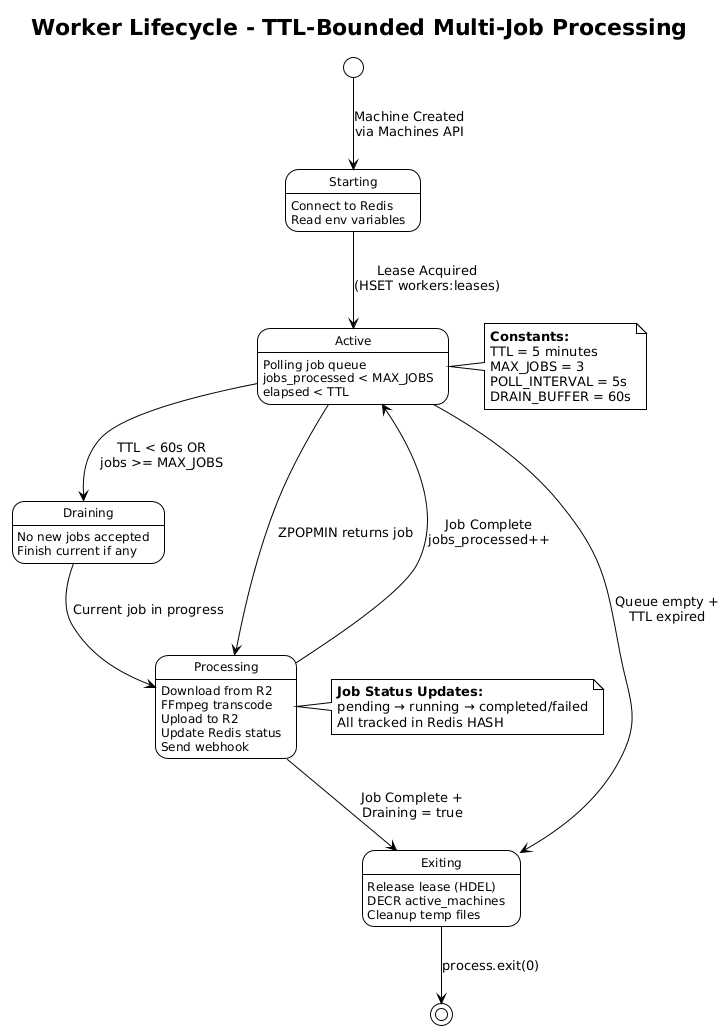
Above: design/architecture/RWOS/Worker Lifecycle.png in v0id-user/tcoder (PlantUML), before the change. The source it was exported from:
```plantuml
@startuml
!theme plain
skinparam stateFontSize 12

title Worker Lifecycle - TTL-Bounded Multi-Job Processing

[*] --> Starting : Machine Created\nvia Machines API

state Starting {
    Starting : Connect to Redis
    Starting : Read env variables
}

Starting --> Active : Lease Acquired\n(HSET workers:leases)

state Active {
    Active : Polling job queue
    Active : jobs_processed < MAX_JOBS
    Active : elapsed < TTL
}

Active --> Processing : ZPOPMIN returns job

state Processing {
    Processing : Download from R2
    Processing : FFmpeg transcode
    Processing : Upload to R2
    Processing : Update Redis status
    Processing : Send webhook
}

Processing --> Active : Job Complete\njobs_processed++

Active --> Draining : TTL < 60s OR\njobs >= MAX_JOBS

state Draining {
    Draining : No new jobs accepted
    Draining : Finish current if any
}

Draining --> Processing : Current job in progress

Processing --> Exiting : Job Complete +\nDraining = true

Active --> Exiting : Queue empty +\nTTL expired

state Exiting {
    Exiting : Release lease (HDEL)
    Exiting : DECR active_machines
    Exiting : Cleanup temp files
}

Exiting --> [*] : process.exit(0)

note right of Active
  **Constants:**
  TTL = 5 minutes
  MAX_JOBS = 3
  POLL_INTERVAL = 5s
  DRAIN_BUFFER = 60s
end note

note right of Processing
  **Job Status Updates:**
  pending → running → completed/failed
  All tracked in Redis HASH
end note
@enduml
```
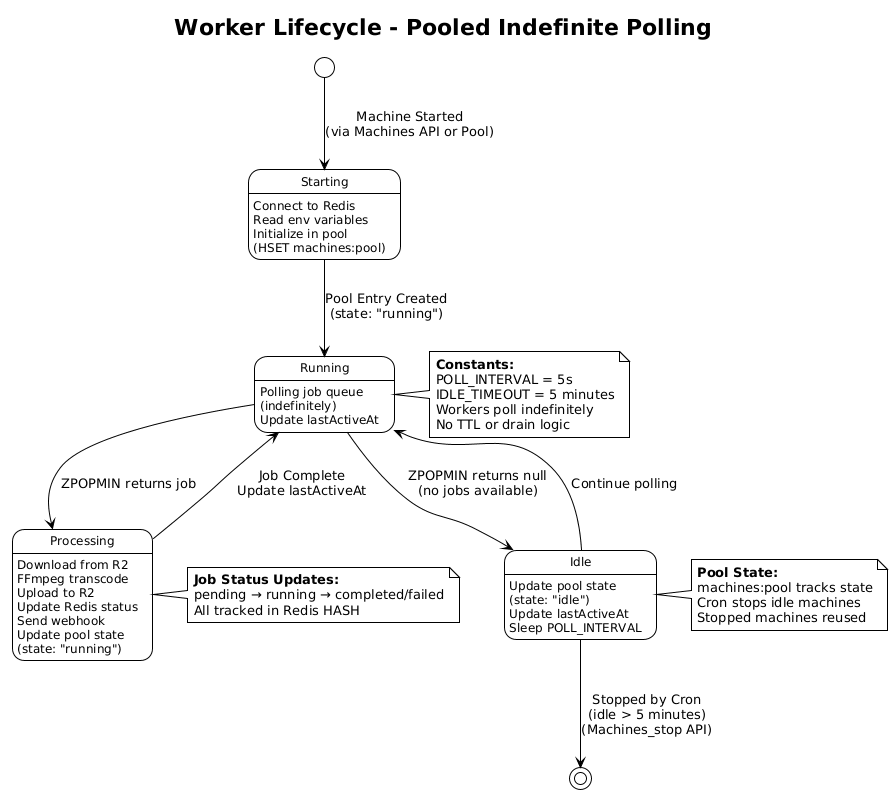
After the change.

Commit message:
chore: add @types/node dependency for TypeScript support, update README for improved clarity on machine management, and refine local development instructions

Diff of the diagram source:
```diff
@@ -2,24 +2,24 @@
 !theme plain
 skinparam stateFontSize 12
 
-title Worker Lifecycle - TTL-Bounded Multi-Job Processing
+title Worker Lifecycle - Pooled Indefinite Polling
 
-[*] --> Starting : Machine Created\nvia Machines API
+[*] --> Starting : Machine Started\n(via Machines API or Pool)
 
 state Starting {
     Starting : Connect to Redis
     Starting : Read env variables
+    Starting : Initialize in pool\n(HSET machines:pool)
 }
 
-Starting --> Active : Lease Acquired\n(HSET workers:leases)
+Starting --> Running : Pool Entry Created\n(state: "running")
 
-state Active {
-    Active : Polling job queue
-    Active : jobs_processed < MAX_JOBS
-    Active : elapsed < TTL
+state Running {
+    Running : Polling job queue\n(indefinitely)
+    Running : Update lastActiveAt
 }
 
-Active --> Processing : ZPOPMIN returns job
+Running --> Processing : ZPOPMIN returns job
 
 state Processing {
     Processing : Download from R2
@@ -27,37 +27,29 @@
     Processing : Upload to R2
     Processing : Update Redis status
     Processing : Send webhook
+    Processing : Update pool state\n(state: "running")
 }
 
-Processing --> Active : Job Complete\njobs_processed++
+Processing --> Running : Job Complete\nUpdate lastActiveAt
 
-Active --> Draining : TTL < 60s OR\njobs >= MAX_JOBS
+Running --> Idle : ZPOPMIN returns null\n(no jobs available)
 
-state Draining {
-    Draining : No new jobs accepted
-    Draining : Finish current if any
+state Idle {
+    Idle : Update pool state\n(state: "idle")
+    Idle : Update lastActiveAt
+    Idle : Sleep POLL_INTERVAL
 }
 
-Draining --> Processing : Current job in progress
+Idle --> Running : Continue polling
 
-Processing --> Exiting : Job Complete +\nDraining = true
+Idle --> [*] : Stopped by Cron\n(idle > 5 minutes)\n(Machines_stop API)
 
-Active --> Exiting : Queue empty +\nTTL expired
-
-state Exiting {
-    Exiting : Release lease (HDEL)
-    Exiting : DECR active_machines
-    Exiting : Cleanup temp files
-}
-
-Exiting --> [*] : process.exit(0)
-
-note right of Active
+note right of Running
   **Constants:**
-  TTL = 5 minutes
-  MAX_JOBS = 3
   POLL_INTERVAL = 5s
-  DRAIN_BUFFER = 60s
+  IDLE_TIMEOUT = 5 minutes
+  Workers poll indefinitely
+  No TTL or drain logic
 end note
 
 note right of Processing
@@ -65,4 +57,11 @@
   pending → running → completed/failed
   All tracked in Redis HASH
 end note
+
+note right of Idle
+  **Pool State:**
+  machines:pool tracks state
+  Cron stops idle machines
+  Stopped machines reused
+end note
 @enduml
```
